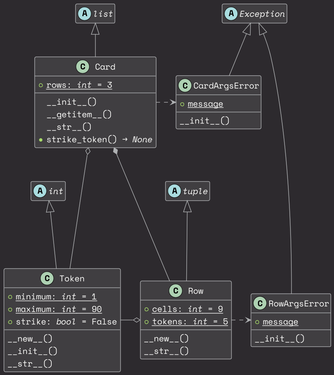
The PlantUML diagram docs/model.png in learning-AIU/python-developer-9, before a commit.
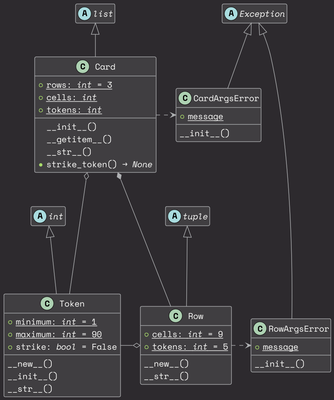
After the commit.

Change to the diagram source:
```diff
@@ -41,6 +41,8 @@
 
 class Card {
     +{static}rows: <i>int</i> = 3
+    +{static}cells: <i>int</i>
+    +{static}tokens: <i>int</i>
     __init__()
     __getitem__()
     __str__()
```
